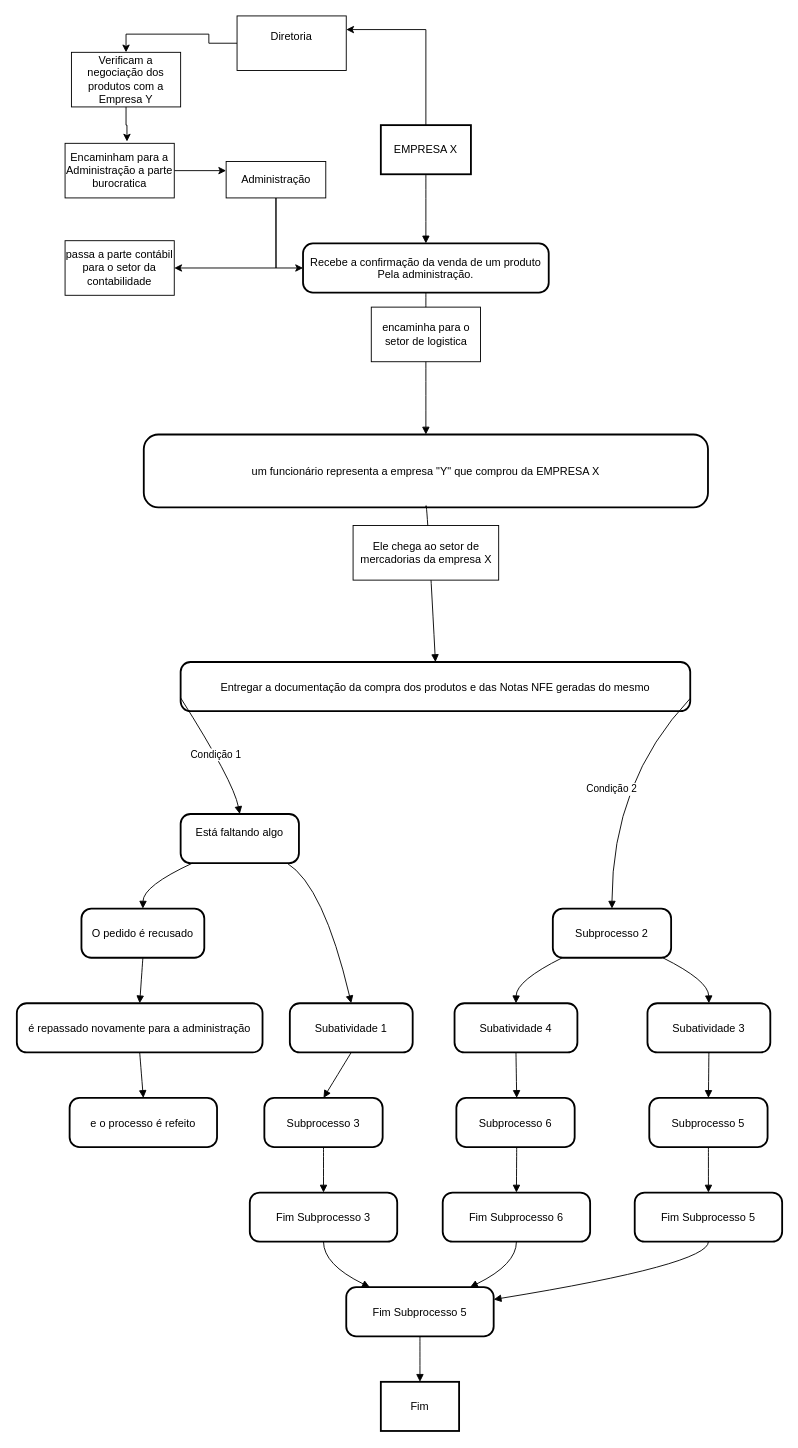
Before: Untitled Diagram.drawio in mossiin/FaculdadeProjeto---Fluxograma-BPMN, a draw.io diagram. Source tidied: cells renumbered, new cells numbered last; positions are measured from the earlier drawing's top-left corner, leaving out a move shared by most shapes. Both pictures are drawn from the tidied source at 91%, with x=0, y=0 at pixel (16, 15).
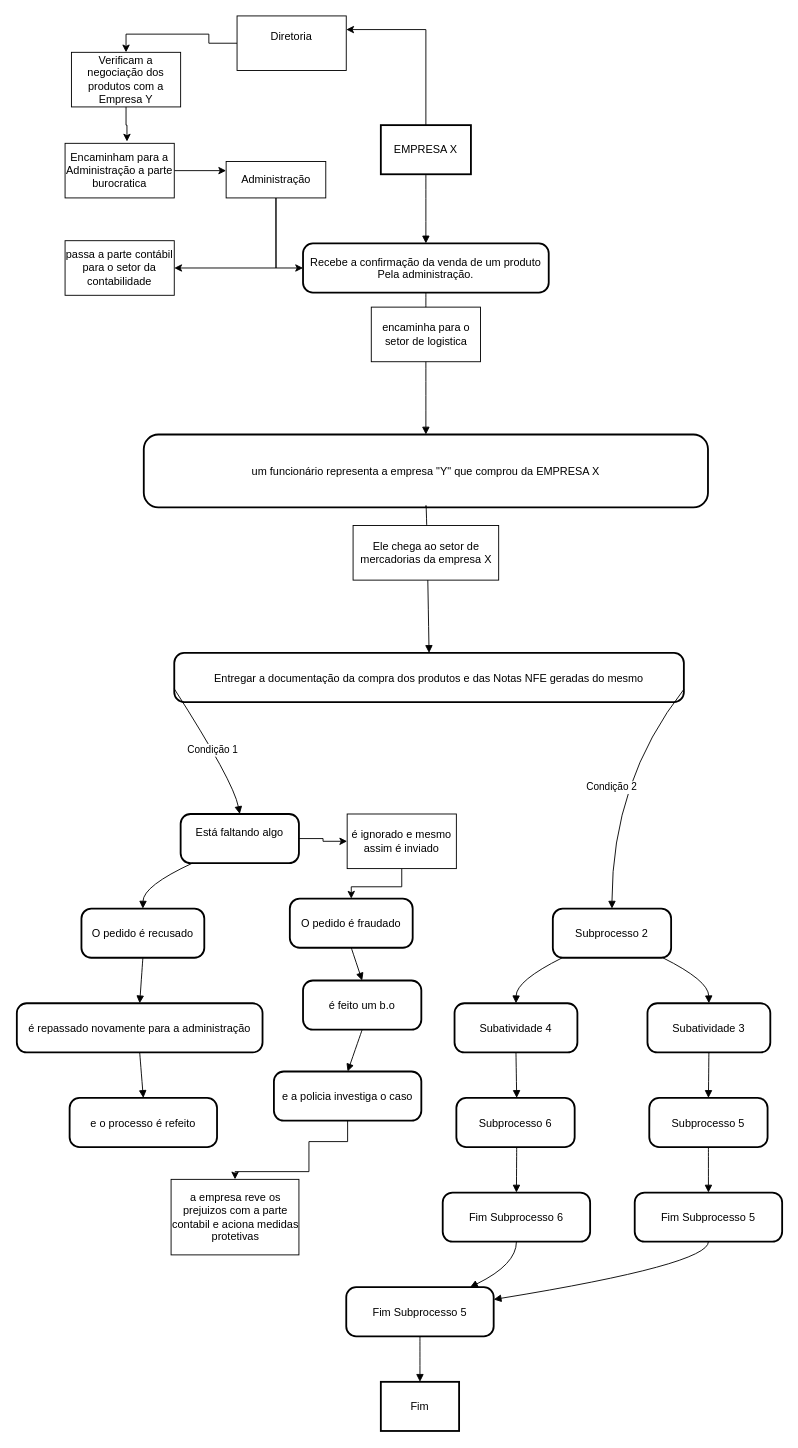
After the change.

The change refers to these unchanged cells:
```xml
<mxCell id="7" value="Está faltando algo&#10;" style="rounded=1;arcSize=20;strokeWidth=2;" parent="1" vertex="1">
  <mxGeometry x="180" y="877" width="130" height="54" as="geometry" />
</mxCell>
<mxCell id="21" value="Fim Subprocesso 5" style="rounded=1;arcSize=20;strokeWidth=2;" parent="1" vertex="1">
  <mxGeometry x="362" y="1397" width="162" height="54" as="geometry" />
</mxCell>
```

What changed in the source:
```diff
@@
     <mxCell id="6" value="Entregar a documentação da compra dos produtos e das Notas NFE geradas do mesmo" style="rounded=1;arcSize=20;strokeWidth=2;" parent="1" vertex="1">
-      <mxGeometry x="180" y="710" width="560" height="54" as="geometry" />
+      <mxGeometry x="173" y="700" width="560" height="54" as="geometry" />
     </mxCell>
+    <mxCell id="56" style="edgeStyle=orthogonalEdgeStyle;rounded=0;jettySize=auto;html=1;" parent="1" edge="1" source="7" target="60">
+      <mxGeometry relative="1" as="geometry" />
+    </mxCell>
@@
-    <mxCell id="9" value="Subatividade 1" style="rounded=1;arcSize=20;strokeWidth=2;" parent="1" vertex="1">
-      <mxGeometry x="300" y="1085" width="135" height="54" as="geometry" />
+    <mxCell id="9" value="O pedido é fraudado" style="rounded=1;arcSize=20;strokeWidth=2;" parent="1" vertex="1">
+      <mxGeometry x="300" y="970" width="135" height="54" as="geometry" />
     </mxCell>
@@
-    <mxCell id="13" value="Subprocesso 3" style="rounded=1;arcSize=20;strokeWidth=2;" parent="1" vertex="1">
-      <mxGeometry x="272" y="1189" width="130" height="54" as="geometry" />
+    <mxCell id="13" value="é feito um b.o" style="rounded=1;arcSize=20;strokeWidth=2;" parent="1" vertex="1">
+      <mxGeometry x="314.5" y="1060" width="130" height="54" as="geometry" />
     </mxCell>
@@
+    <mxCell id="57" style="edgeStyle=orthogonalEdgeStyle;rounded=0;jettySize=auto;html=1;entryX=0.5;entryY=0;entryDx=0;entryDy=0;" parent="1" edge="1" source="17" target="58">
+      <mxGeometry relative="1" as="geometry">
+        <Array as="points">
+          <mxPoint x="364" y="1237" />
+          <mxPoint x="321" y="1237" />
+          <mxPoint x="321" y="1270" />
+        </Array>
+      </mxGeometry>
+    </mxCell>
-    <mxCell id="17" value="Fim Subprocesso 3" style="rounded=1;arcSize=20;strokeWidth=2;" parent="1" vertex="1">
-      <mxGeometry x="256" y="1293" width="162" height="54" as="geometry" />
+    <mxCell id="17" value="e a policia investiga o caso" style="rounded=1;arcSize=20;strokeWidth=2;" parent="1" vertex="1">
+      <mxGeometry x="282.5" y="1160" width="162" height="54" as="geometry" />
     </mxCell>
@@
-    <mxCell id="28" style="curved=1;startArrow=none;endArrow=block;exitX=0.9;exitY=1;entryX=0.5;entryY=0;" parent="1" edge="1" source="7" target="9">
-      <mxGeometry relative="1" as="geometry">
-        <Array as="points">
-          <mxPoint x="337" y="956" />
-        </Array>
-      </mxGeometry>
-    </mxCell>
@@
-    <mxCell id="40" style="curved=1;startArrow=none;endArrow=block;exitX=0.5;exitY=1;entryX=0.16;entryY=0;" parent="1" edge="1" source="17" target="21">
-      <mxGeometry relative="1" as="geometry">
-        <Array as="points">
-          <mxPoint x="337" y="1372" />
-        </Array>
-      </mxGeometry>
-    </mxCell>
@@
+    <mxCell id="58" value="a empresa reve os prejuizos com a parte contabil e aciona medidas protetivas" style="whiteSpace=wrap;html=1;" parent="1" vertex="1">
+      <mxGeometry x="169.5" y="1278.5" width="140.5" height="83" as="geometry" />
+    </mxCell>
+    <mxCell id="59" style="edgeStyle=orthogonalEdgeStyle;rounded=0;jettySize=auto;html=1;exitX=0.5;exitY=1;exitDx=0;exitDy=0;entryX=0.5;entryY=0;entryDx=0;entryDy=0;" parent="1" edge="1" source="60" target="9">
+      <mxGeometry relative="1" as="geometry" />
+    </mxCell>
+    <mxCell id="60" value="é ignorado e mesmo assim é inviado" style="whiteSpace=wrap;html=1;" parent="1" vertex="1">
+      <mxGeometry x="363" y="877" width="120" height="60" as="geometry" />
+    </mxCell>
```
